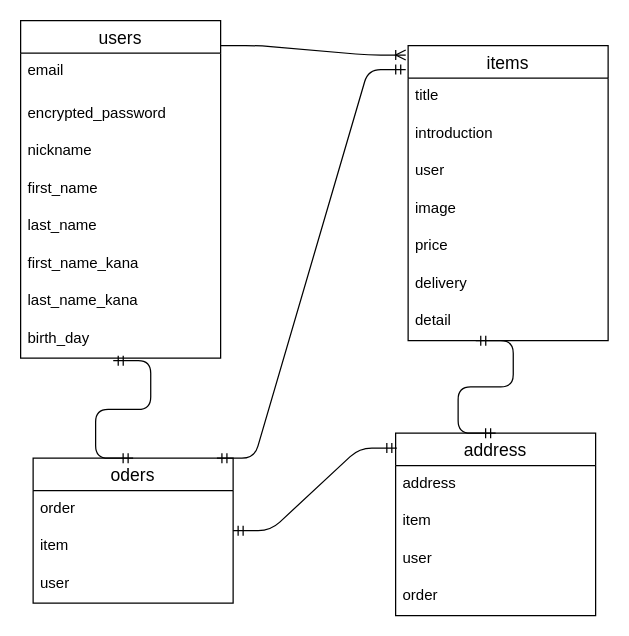
Above: ER図.dio in 0zone-k/furima-41745 (draw.io), before the change. Source tidied: cells renumbered, new cells numbered last; positions are measured from the earlier drawing's top-left corner, leaving out a move shared by most shapes. Both pictures are drawn from the tidied source at 125%, with x=0, y=0 at pixel (20, 20).
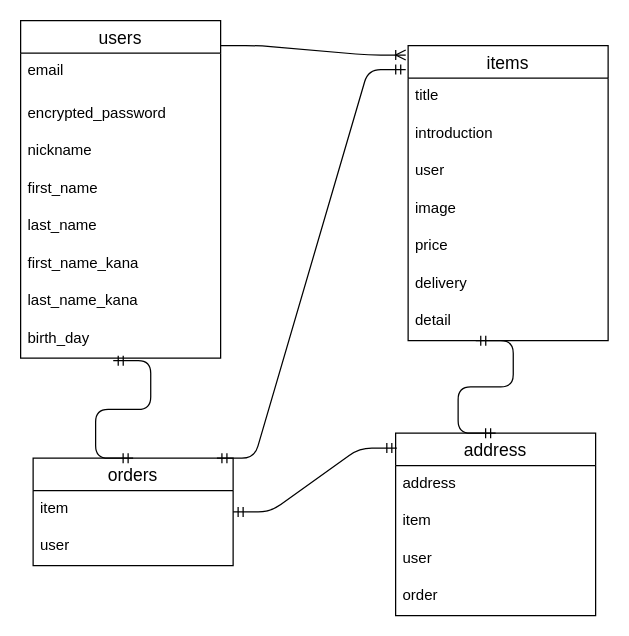
The same page after the edit.

Commit message (it also covers changes not shown here):
データベース設計

What changed in the source:
```diff
@@
-    <mxCell id="16" value="oders" style="swimlane;fontStyle=0;horizontal=1;startSize=26;align=center;fontSize=14;" parent="1" vertex="1">
-      <mxGeometry x="10" y="350" width="160" height="116" as="geometry" />
+    <mxCell id="16" value="orders" style="swimlane;fontStyle=0;horizontal=1;startSize=26;align=center;fontSize=14;" parent="1" vertex="1">
+      <mxGeometry x="10" y="350" width="160" height="86" as="geometry" />
     </mxCell>
-    <mxCell id="17" value="order" style="text;strokeColor=none;fillColor=none;spacingLeft=4;spacingRight=4;overflow=hidden;fontSize=12;" parent="16" vertex="1">
-      <mxGeometry y="26" width="160" height="30" as="geometry" />
-    </mxCell>
     <mxCell id="18" value="item" style="text;strokeColor=none;fillColor=none;spacingLeft=4;spacingRight=4;overflow=hidden;fontSize=12;" parent="16" vertex="1">
-      <mxGeometry y="56" width="160" height="30" as="geometry" />
+      <mxGeometry y="26" width="160" height="30" as="geometry" />
     </mxCell>
     <mxCell id="19" value="user" style="text;strokeColor=none;fillColor=none;spacingLeft=4;spacingRight=4;overflow=hidden;fontSize=12;" parent="16" vertex="1">
-      <mxGeometry y="86" width="160" height="30" as="geometry" />
+      <mxGeometry y="56" width="160" height="30" as="geometry" />
     </mxCell>
```
